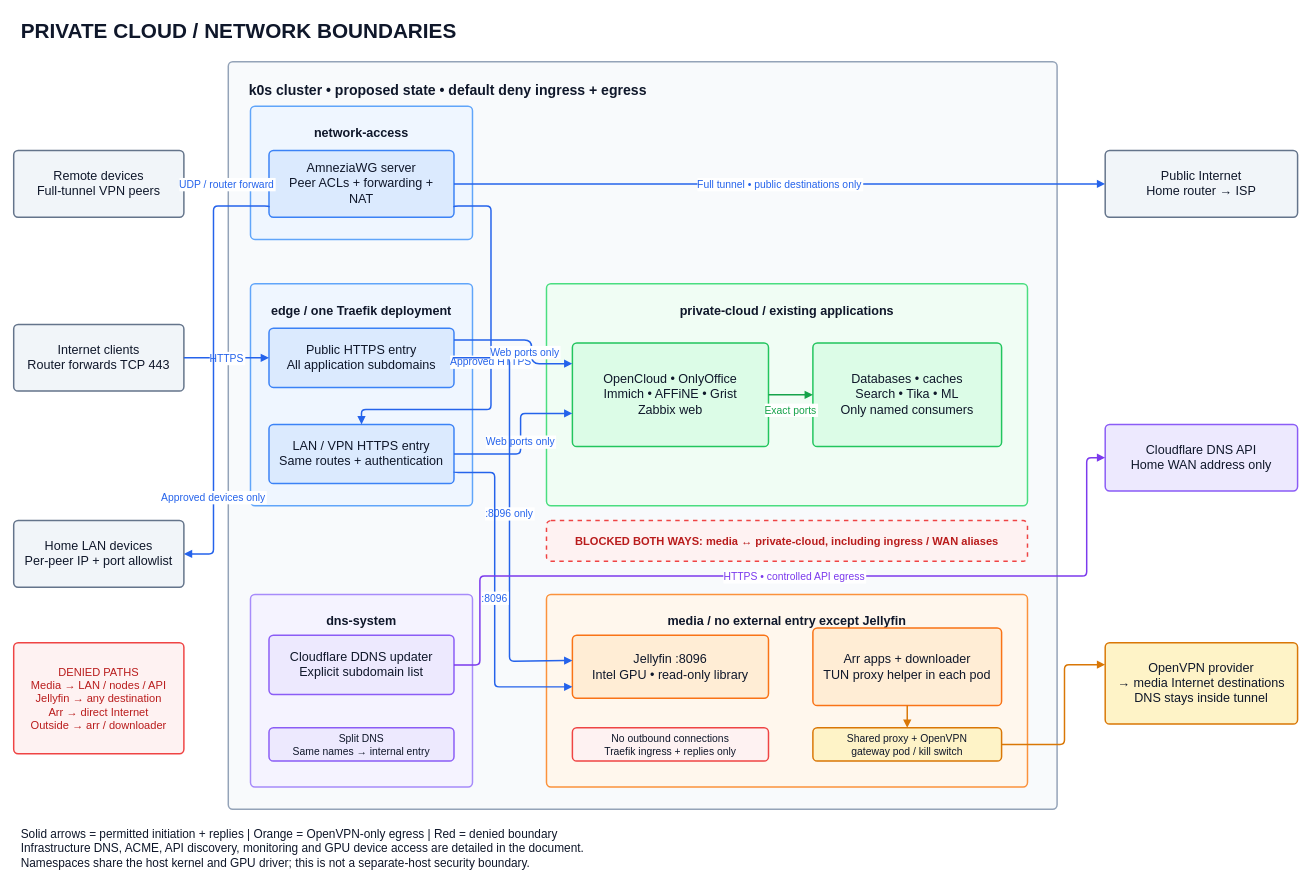
Above: docs/diagrams/networking.drawio in PiotrDuz/private-cloud (draw.io), before the change. Source tidied: cells renumbered, new cells numbered last; positions are measured from the earlier drawing's top-left corner, leaving out a move shared by most shapes. Both pictures are drawn from the tidied source at 74%, with x=0, y=0 at pixel (13, 13).
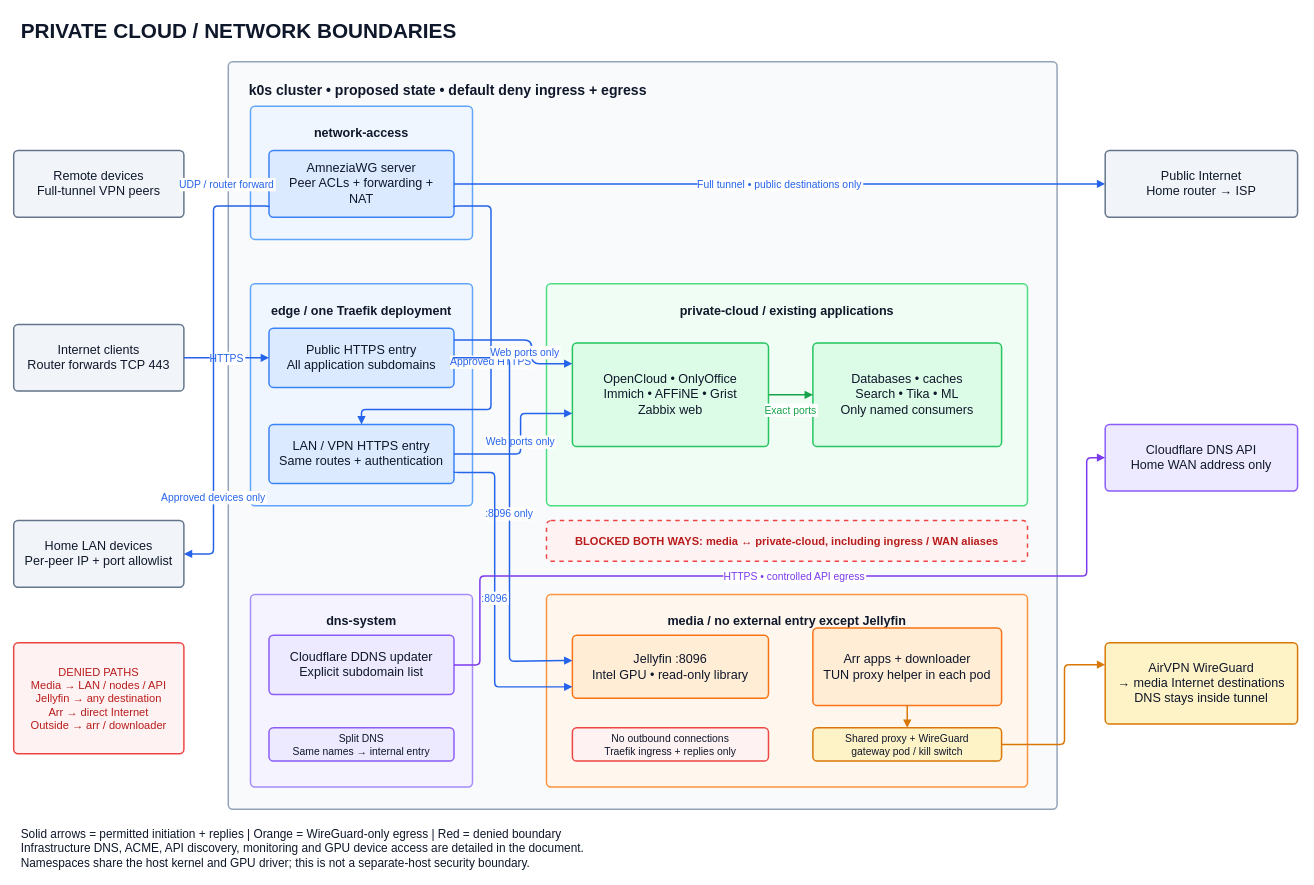
The same page after the edit.

Diff of the diagram source:
```diff
@@
-    <mxCell id="17" value="Shared proxy + OpenVPN&#10;gateway pod / kill switch" style="rounded=1;whiteSpace=wrap;html=0;fillColor=#fef3c7;strokeColor=#d97706;strokeWidth=2;fontColor=#0f172a;fontFamily=Liberation Sans;fontSize=17;spacing=10;fontSize=14;arcSize=12;absoluteArcSize=1;" parent="1" vertex="1">
+    <mxCell id="17" value="Shared proxy + WireGuard&#10;gateway pod / kill switch" style="rounded=1;whiteSpace=wrap;html=0;fillColor=#fef3c7;strokeColor=#d97706;strokeWidth=2;fontColor=#0f172a;fontFamily=Liberation Sans;fontSize=17;spacing=10;fontSize=14;arcSize=12;absoluteArcSize=1;" parent="1" vertex="1">
       <mxGeometry x="1080" y="965" width="255" height="45" as="geometry" />
     </mxCell>
@@
-    <mxCell id="26" value="OpenVPN provider&#10;→ media Internet destinations&#10;DNS stays inside tunnel" style="rounded=1;whiteSpace=wrap;html=0;fillColor=#fef3c7;strokeColor=#d97706;strokeWidth=2;fontColor=#0f172a;fontFamily=Liberation Sans;fontSize=17;spacing=10;arcSize=12;absoluteArcSize=1;" parent="1" vertex="1">
+    <mxCell id="26" value="AirVPN WireGuard&#10;→ media Internet destinations&#10;DNS stays inside tunnel" style="rounded=1;whiteSpace=wrap;html=0;fillColor=#fef3c7;strokeColor=#d97706;strokeWidth=2;fontColor=#0f172a;fontFamily=Liberation Sans;fontSize=17;spacing=10;arcSize=12;absoluteArcSize=1;" parent="1" vertex="1">
       <mxGeometry x="1475" y="850" width="260" height="110" as="geometry" />
     </mxCell>
@@
-    <mxCell id="28" value="Solid arrows = permitted initiation + replies   |   Orange = OpenVPN-only egress   |   Red = denied boundary&#10;Infrastructure DNS, ACME, API discovery, monitoring and GPU device access are detailed in the document.&#10;Namespaces share the host kernel and GPU driver; this is not a separate-host security boundary." style="rounded=1;whiteSpace=wrap;html=0;fillColor=#ffffff;strokeColor=#ffffff;strokeWidth=2;fontColor=#0f172a;fontFamily=Liberation Sans;fontSize=17;spacing=10;fontSize=16;align=left;arcSize=12;absoluteArcSize=1;" parent="1" vertex="1">
+    <mxCell id="28" value="Solid arrows = permitted initiation + replies   |   Orange = WireGuard-only egress   |   Red = denied boundary&#10;Infrastructure DNS, ACME, API discovery, monitoring and GPU device access are detailed in the document.&#10;Namespaces share the host kernel and GPU driver; this is not a separate-host security boundary." style="rounded=1;whiteSpace=wrap;html=0;fillColor=#ffffff;strokeColor=#ffffff;strokeWidth=2;fontColor=#0f172a;fontFamily=Liberation Sans;fontSize=17;spacing=10;fontSize=16;align=left;arcSize=12;absoluteArcSize=1;" parent="1" vertex="1">
       <mxGeometry y="1095" width="1740" height="65" as="geometry" />
     </mxCell>
```
